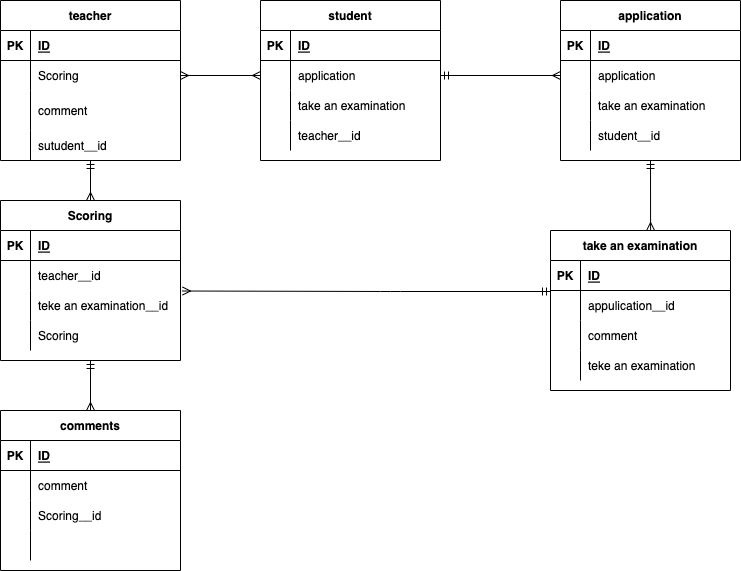
This is test.drawio.png from daiki239/20220701-, a draw.io export, as it was before one commit. Source tidied: cells renumbered, new cells last; positions are measured from the earlier drawing's top-left corner, leaving out a move shared by most shapes.
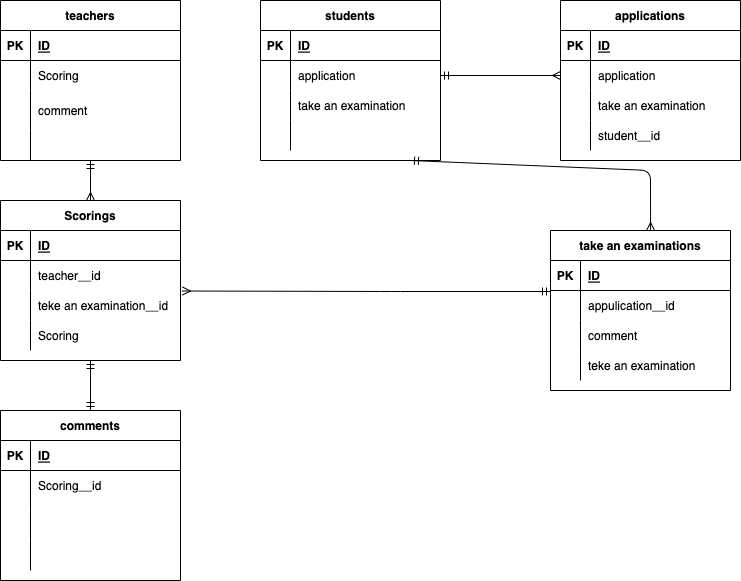
Above is the later version.

Change to the diagram source:
```diff
@@ -2,7 +2,7 @@
   <root>
     <mxCell id="0" />
     <mxCell id="1" parent="0" />
-    <mxCell id="2" value="teacher" style="shape=table;startSize=30;rowLines=0;fontStyle=1;align=center;" parent="1" vertex="1">
+    <mxCell id="2" value="teachers" style="shape=table;startSize=30;rowLines=0;fontStyle=1;align=center;" parent="1" vertex="1">
       <mxGeometry width="180" height="160" as="geometry" />
     </mxCell>
     <mxCell id="3" style="shape=partialRectangle;fillColor=none;top=0;left=0;bottom=1;right=0;" parent="2" vertex="1">
@@ -38,10 +38,10 @@
     <mxCell id="13" style="shape=partialRectangle;fillColor=none;top=0;left=0;bottom=0;right=0;overflow=hidden;" parent="12" vertex="1">
       <mxGeometry width="30" height="30" as="geometry" />
     </mxCell>
-    <mxCell id="14" value="sutudent__id" style="shape=partialRectangle;fillColor=none;top=0;left=0;bottom=0;right=0;align=left;spacingLeft=6;overflow=hidden;" parent="12" vertex="1">
+    <mxCell id="14" style="shape=partialRectangle;fillColor=none;top=0;left=0;bottom=0;right=0;align=left;spacingLeft=6;overflow=hidden;" parent="12" vertex="1">
       <mxGeometry x="30" width="150" height="30" as="geometry" />
     </mxCell>
-    <mxCell id="15" value="student" style="shape=table;startSize=30;rowLines=0;fontStyle=1;align=center;" parent="1" vertex="1">
+    <mxCell id="15" value="students" style="shape=table;startSize=30;rowLines=0;fontStyle=1;align=center;" parent="1" vertex="1">
       <mxGeometry x="260" width="180" height="160" as="geometry" />
     </mxCell>
     <mxCell id="16" style="shape=partialRectangle;fillColor=none;top=0;left=0;bottom=1;right=0;" parent="15" vertex="1">
@@ -77,13 +77,10 @@
     <mxCell id="26" style="shape=partialRectangle;fillColor=none;top=0;left=0;bottom=0;right=0;overflow=hidden;" parent="25" vertex="1">
       <mxGeometry width="30" height="30" as="geometry" />
     </mxCell>
-    <mxCell id="27" value="teacher__id" style="shape=partialRectangle;fillColor=none;top=0;left=0;bottom=0;right=0;align=left;spacingLeft=6;overflow=hidden;" parent="25" vertex="1">
+    <mxCell id="27" style="shape=partialRectangle;fillColor=none;top=0;left=0;bottom=0;right=0;align=left;spacingLeft=6;overflow=hidden;" parent="25" vertex="1">
       <mxGeometry x="30" width="150" height="30" as="geometry" />
     </mxCell>
-    <mxCell id="28" style="html=1;exitX=1;exitY=0.5;exitDx=0;exitDy=0;entryX=0;entryY=0.5;entryDx=0;entryDy=0;targetPerimeterSpacing=8;endArrow=ERmany;endFill=0;startArrow=ERmany;startFill=0;" parent="1" edge="1" source="6" target="19">
-      <mxGeometry relative="1" as="geometry" />
-    </mxCell>
-    <mxCell id="29" value="Scoring" style="shape=table;startSize=30;rowLines=0;fontStyle=1;align=center;" parent="1" vertex="1">
+    <mxCell id="29" value="Scorings" style="shape=table;startSize=30;rowLines=0;fontStyle=1;align=center;" parent="1" vertex="1">
       <mxGeometry y="200" width="180" height="160" as="geometry" />
     </mxCell>
     <mxCell id="30" style="shape=partialRectangle;fillColor=none;top=0;left=0;bottom=1;right=0;" parent="29" vertex="1">
@@ -127,7 +124,7 @@
         <mxPoint x="90" y="160" as="sourcePoint" />
       </mxGeometry>
     </mxCell>
-    <mxCell id="43" value="take an examination" style="shape=table;startSize=30;rowLines=0;fontStyle=1;align=center;" parent="1" vertex="1">
+    <mxCell id="43" value="take an examinations" style="shape=table;startSize=30;rowLines=0;fontStyle=1;align=center;" parent="1" vertex="1">
       <mxGeometry x="550" y="230" width="180" height="160" as="geometry" />
     </mxCell>
     <mxCell id="44" style="shape=partialRectangle;fillColor=none;top=0;left=0;bottom=1;right=0;" parent="43" vertex="1">
@@ -167,7 +164,7 @@
       <mxGeometry x="30" width="150" height="30" as="geometry" />
     </mxCell>
     <mxCell id="56" value="comments" style="shape=table;startSize=30;rowLines=0;fontStyle=1;align=center;" parent="1" vertex="1">
-      <mxGeometry y="410" width="180" height="160" as="geometry" />
+      <mxGeometry y="410" width="180" height="170" as="geometry" />
     </mxCell>
     <mxCell id="57" style="shape=partialRectangle;fillColor=none;top=0;left=0;bottom=1;right=0;" parent="56" vertex="1">
       <mxGeometry y="30" width="180" height="30" as="geometry" />
@@ -179,25 +176,25 @@
       <mxGeometry x="30" width="150" height="30" as="geometry" />
     </mxCell>
     <mxCell id="60" style="shape=partialRectangle;fillColor=none;top=0;left=0;bottom=0;right=0;" parent="56" vertex="1">
-      <mxGeometry y="60" width="180" height="30" as="geometry" />
+      <mxGeometry y="60" width="180" height="40" as="geometry" />
     </mxCell>
     <mxCell id="61" style="shape=partialRectangle;fillColor=none;top=0;left=0;bottom=0;right=0;overflow=hidden;" parent="60" vertex="1">
-      <mxGeometry width="30" height="30" as="geometry" />
+      <mxGeometry width="30" height="40" as="geometry" />
     </mxCell>
     <mxCell id="62" style="shape=partialRectangle;fillColor=none;top=0;left=0;bottom=0;right=0;align=left;spacingLeft=6;overflow=hidden;" parent="60" vertex="1">
-      <mxGeometry x="30" width="150" height="30" as="geometry" />
+      <mxGeometry x="30" width="150" height="40" as="geometry" />
     </mxCell>
     <mxCell id="63" style="shape=partialRectangle;fillColor=none;top=0;left=0;bottom=0;right=0;" parent="56" vertex="1">
-      <mxGeometry y="90" width="180" height="30" as="geometry" />
+      <mxGeometry y="100" width="180" height="30" as="geometry" />
     </mxCell>
     <mxCell id="64" style="shape=partialRectangle;fillColor=none;top=0;left=0;bottom=0;right=0;overflow=hidden;" parent="63" vertex="1">
       <mxGeometry width="30" height="30" as="geometry" />
     </mxCell>
-    <mxCell id="65" value="Scoring__id" style="shape=partialRectangle;fillColor=none;top=0;left=0;bottom=0;right=0;align=left;spacingLeft=6;overflow=hidden;" parent="63" vertex="1">
+    <mxCell id="65" style="shape=partialRectangle;fillColor=none;top=0;left=0;bottom=0;right=0;align=left;spacingLeft=6;overflow=hidden;" parent="63" vertex="1">
       <mxGeometry x="30" width="150" height="30" as="geometry" />
     </mxCell>
     <mxCell id="66" style="shape=partialRectangle;fillColor=none;top=0;left=0;bottom=0;right=0;" parent="56" vertex="1">
-      <mxGeometry y="120" width="180" height="30" as="geometry" />
+      <mxGeometry y="130" width="180" height="30" as="geometry" />
     </mxCell>
     <mxCell id="67" style="shape=partialRectangle;fillColor=none;top=0;left=0;bottom=0;right=0;overflow=hidden;" parent="66" vertex="1">
       <mxGeometry width="30" height="30" as="geometry" />
@@ -205,7 +202,7 @@
     <mxCell id="68" style="shape=partialRectangle;fillColor=none;top=0;left=0;bottom=0;right=0;align=left;spacingLeft=6;overflow=hidden;" parent="66" vertex="1">
       <mxGeometry x="30" width="150" height="30" as="geometry" />
     </mxCell>
-    <mxCell id="69" style="html=1;exitX=0.5;exitY=1;exitDx=0;exitDy=0;targetPerimeterSpacing=8;endArrow=ERmany;endFill=0;startArrow=ERmandOne;startFill=0;entryX=0.5;entryY=0;entryDx=0;entryDy=0;" parent="1" edge="1" source="29" target="56">
+    <mxCell id="69" style="html=1;exitX=0.5;exitY=1;exitDx=0;exitDy=0;targetPerimeterSpacing=8;endArrow=ERmandOne;endFill=0;startArrow=ERmandOne;startFill=0;entryX=0.5;entryY=0;entryDx=0;entryDy=0;" parent="1" edge="1" source="29" target="56">
       <mxGeometry relative="1" as="geometry" />
     </mxCell>
     <mxCell id="70" style="html=1;targetPerimeterSpacing=8;endArrow=ERmany;endFill=0;startArrow=ERmandOne;startFill=0;entryX=1.011;entryY=0.017;entryDx=0;entryDy=0;entryPerimeter=0;" parent="1" edge="1" target="36">
@@ -216,10 +213,10 @@
         </Array>
       </mxGeometry>
     </mxCell>
-    <mxCell id="71" value="comment" style="shape=partialRectangle;fillColor=none;top=0;left=0;bottom=0;right=0;align=left;spacingLeft=6;overflow=hidden;" parent="1" vertex="1">
+    <mxCell id="71" value="Scoring__id" style="shape=partialRectangle;fillColor=none;top=0;left=0;bottom=0;right=0;align=left;spacingLeft=6;overflow=hidden;" parent="1" vertex="1">
       <mxGeometry x="30" y="470" width="150" height="30" as="geometry" />
     </mxCell>
-    <mxCell id="72" value="application" style="shape=table;startSize=30;rowLines=0;fontStyle=1;align=center;" parent="1" vertex="1">
+    <mxCell id="72" value="applications" style="shape=table;startSize=30;rowLines=0;fontStyle=1;align=center;" parent="1" vertex="1">
       <mxGeometry x="560" width="180" height="160" as="geometry" />
     </mxCell>
     <mxCell id="73" style="shape=partialRectangle;fillColor=none;top=0;left=0;bottom=1;right=0;" parent="72" vertex="1">
@@ -261,8 +258,13 @@
     <mxCell id="85" style="html=1;targetPerimeterSpacing=8;endArrow=ERmany;endFill=0;startArrow=ERmandOne;startFill=0;entryX=0;entryY=0.5;entryDx=0;entryDy=0;exitX=1;exitY=0.5;exitDx=0;exitDy=0;" parent="1" edge="1" source="19" target="76">
       <mxGeometry relative="1" as="geometry" />
     </mxCell>
-    <mxCell id="86" style="html=1;targetPerimeterSpacing=8;endArrow=ERmany;endFill=0;startArrow=ERmandOne;startFill=0;entryX=0.556;entryY=0;entryDx=0;entryDy=0;exitX=0.5;exitY=1;exitDx=0;exitDy=0;entryPerimeter=0;" parent="1" edge="1" source="72" target="43">
-      <mxGeometry relative="1" as="geometry" />
+    <mxCell id="86" style="html=1;targetPerimeterSpacing=8;endArrow=ERmany;endFill=0;startArrow=ERmandOne;startFill=0;entryX=0.556;entryY=0;entryDx=0;entryDy=0;entryPerimeter=0;" parent="1" edge="1" target="43">
+      <mxGeometry relative="1" as="geometry">
+        <mxPoint x="410" y="160" as="sourcePoint" />
+        <Array as="points">
+          <mxPoint x="650" y="170" />
+        </Array>
+      </mxGeometry>
     </mxCell>
   </root>
 </mxGraphModel>
```
